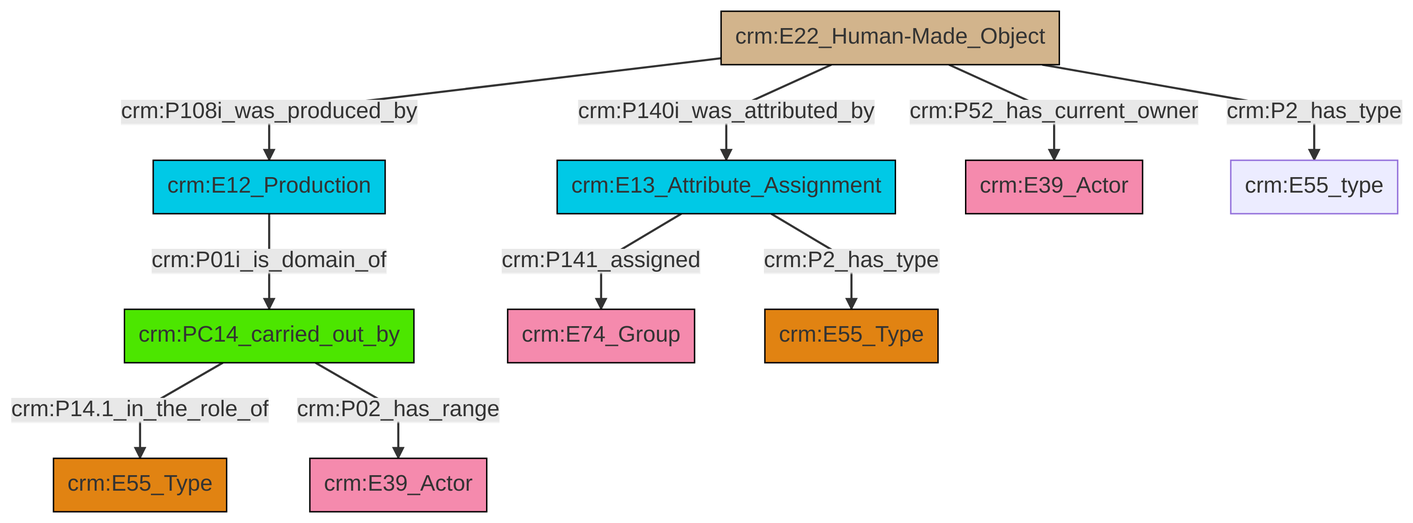
This is et/builtWorkCSV/ttl/mmd/png/Built_Work_actor_relations.png from swiss-art-research-net/docs.swissartresearch, a Mermaid export, as it was before one commit. Its source is kept beside it as et/builtWorkCSV/ttl/mmd/Built_Work_actor_relations.ttl.mmd.
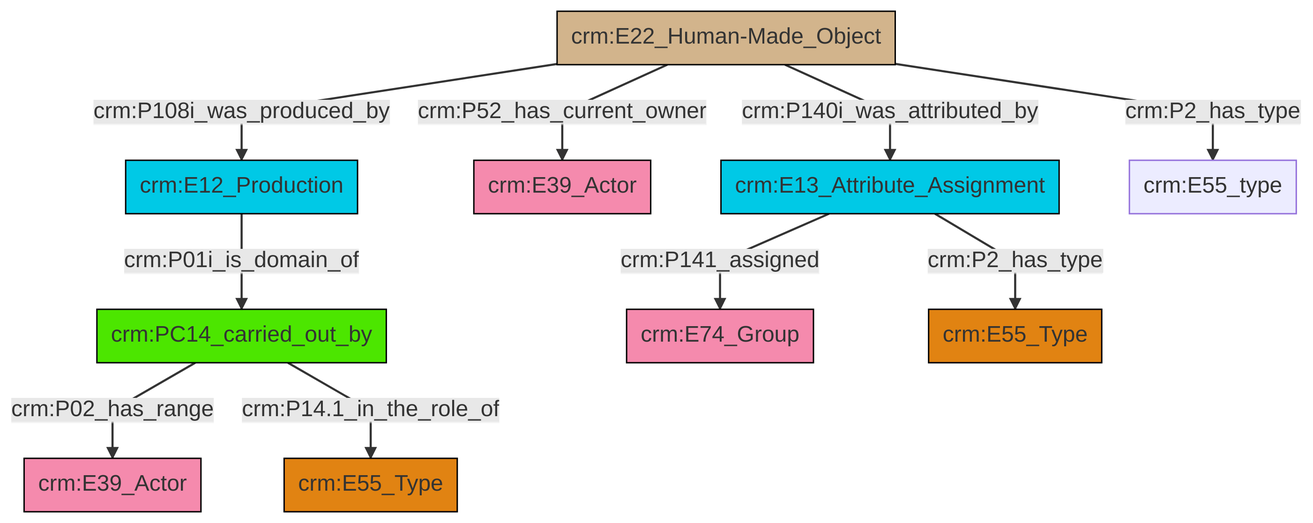
After the commit.

What changed in the source:
```diff
@@ -13,12 +13,12 @@
 classDef PC_Classes fill:#4ce600, stroke:#000000;
 classDef Multi fill:#cccccc,stroke:#000000;
 
-4["crm:E22_Human-Made_Object"]:::Physical_Thing -->|crm:P140i_was_attributed_by| 5["crm:E13_Attribute_Assignment"]:::Temporal_Entity
-4["crm:E22_Human-Made_Object"]:::Physical_Thing -->|crm:P52_has_current_owner| 7["crm:E39_Actor"]:::Actor
-4["crm:E22_Human-Made_Object"]:::Physical_Thing -->|crm:P108i_was_produced_by| 2["crm:E12_Production"]:::Temporal_Entity
-4["crm:E22_Human-Made_Object"]:::Physical_Thing -->|crm:P2_has_type| 8["crm:E55_type"]:::Default
-9["crm:PC14_carried_out_by"]:::PC_Classes -->|crm:P14.1_in_the_role_of| 10["crm:E55_Type"]:::Type
-9["crm:PC14_carried_out_by"]:::PC_Classes -->|crm:P02_has_range| 0["crm:E39_Actor"]:::Actor
-2["crm:E12_Production"]:::Temporal_Entity -->|crm:P01i_is_domain_of| 9["crm:PC14_carried_out_by"]:::PC_Classes
-5["crm:E13_Attribute_Assignment"]:::Temporal_Entity -->|crm:P141_assigned| 15["crm:E74_Group"]:::Actor
-5["crm:E13_Attribute_Assignment"]:::Temporal_Entity -->|crm:P2_has_type| 16["crm:E55_Type"]:::Type
+4["crm:PC14_carried_out_by"]:::PC_Classes -->|crm:P02_has_range| 5["crm:E39_Actor"]:::Actor
+6["crm:E22_Human-Made_Object"]:::Physical_Thing -->|crm:P52_has_current_owner| 7["crm:E39_Actor"]:::Actor
+4["crm:PC14_carried_out_by"]:::PC_Classes -->|crm:P14.1_in_the_role_of| 0["crm:E55_Type"]:::Type
+6["crm:E22_Human-Made_Object"]:::Physical_Thing -->|crm:P108i_was_produced_by| 2["crm:E12_Production"]:::Temporal_Entity
+11["crm:E13_Attribute_Assignment"]:::Temporal_Entity -->|crm:P141_assigned| 8["crm:E74_Group"]:::Actor
+2["crm:E12_Production"]:::Temporal_Entity -->|crm:P01i_is_domain_of| 4["crm:PC14_carried_out_by"]:::PC_Classes
+6["crm:E22_Human-Made_Object"]:::Physical_Thing -->|crm:P2_has_type| 18["crm:E55_type"]:::Default
+6["crm:E22_Human-Made_Object"]:::Physical_Thing -->|crm:P140i_was_attributed_by| 11["crm:E13_Attribute_Assignment"]:::Temporal_Entity
+11["crm:E13_Attribute_Assignment"]:::Temporal_Entity -->|crm:P2_has_type| 12["crm:E55_Type"]:::Type
```
